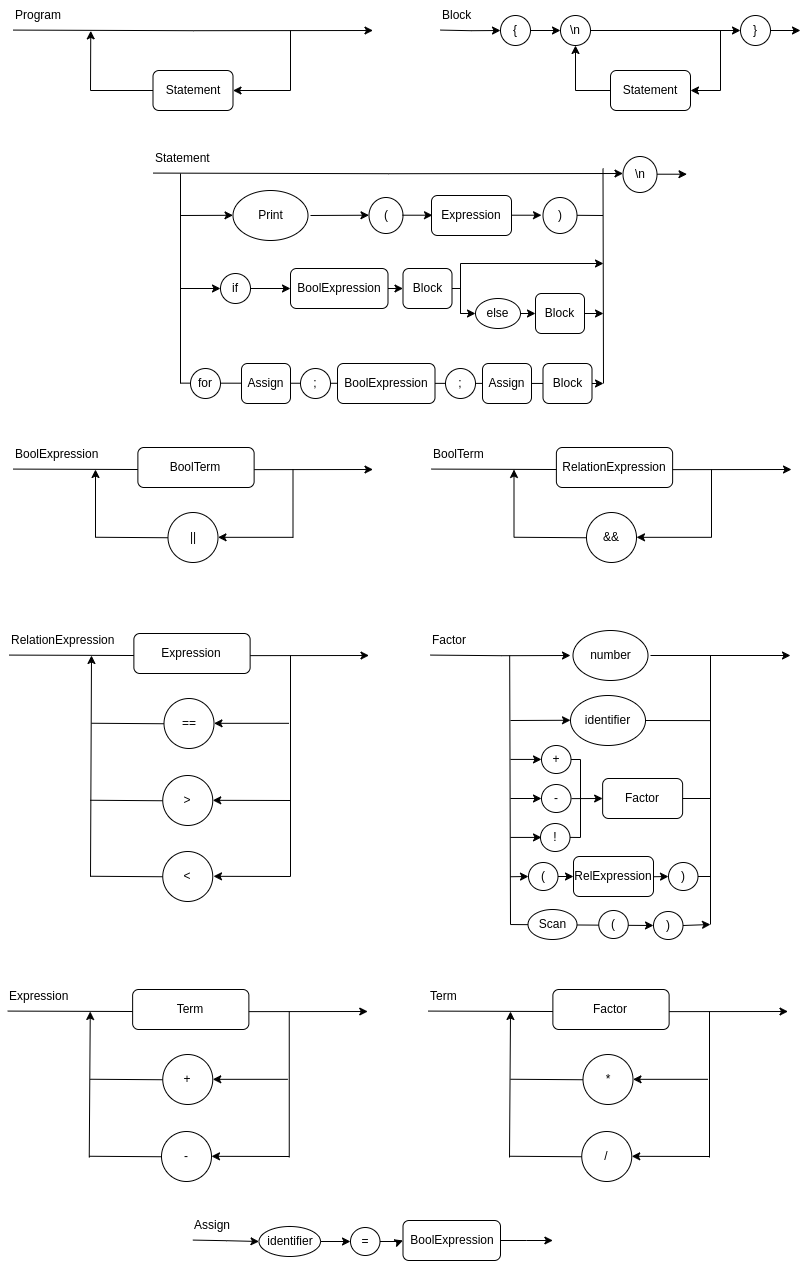
The draw.io diagram diagrama6.drawio.png in gabrielonishi/go-compiler, before a commit. Source tidied: cells renumbered, new cells last; positions are measured from the earlier drawing's top-left corner, leaving out a move shared by most shapes.
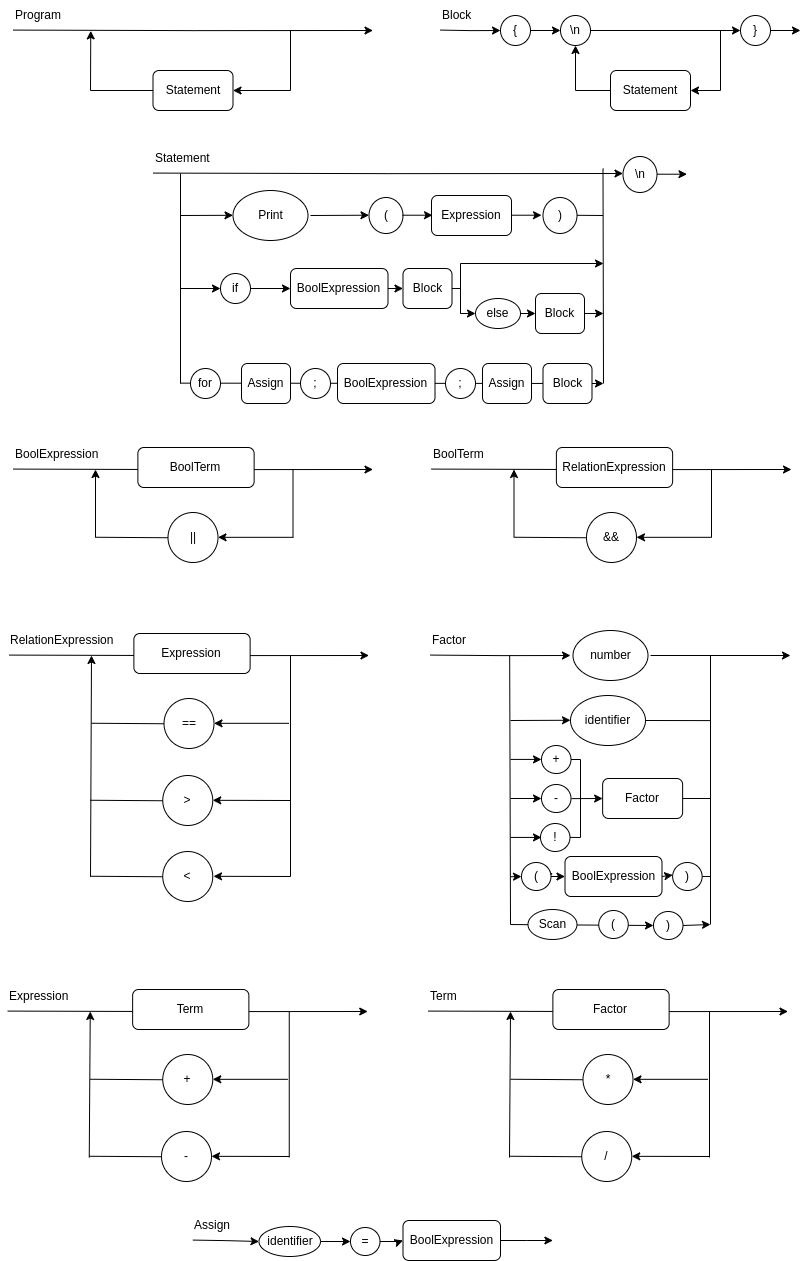
The same file after the commit.

Commit message:
Corrige problema no diagrama

The edit, as a diff of the source:
```diff
@@ -423,8 +423,8 @@
         <mxPoint x="596.5" y="875.8" as="targetPoint" />
       </mxGeometry>
     </mxCell>
-    <mxCell id="93" value="RelExpression" style="rounded=1;whiteSpace=wrap;html=1;" parent="1" vertex="1">
-      <mxGeometry x="566" y="856" width="80" height="40" as="geometry" />
+    <mxCell id="93" value="BoolExpression" style="rounded=1;whiteSpace=wrap;html=1;" parent="1" vertex="1">
+      <mxGeometry x="557.5" y="856" width="97" height="40" as="geometry" />
     </mxCell>
     <mxCell id="94" style="endArrow=classic;html=1;rounded=0;" parent="1" edge="1" target="95">
       <mxGeometry relative="1" as="geometry">
@@ -432,18 +432,16 @@
       </mxGeometry>
     </mxCell>
     <mxCell id="95" value="(" style="ellipse;whiteSpace=wrap;html=1;" parent="1" vertex="1">
-      <mxGeometry x="521" y="862" width="29.5" height="28" as="geometry" />
+      <mxGeometry x="514" y="862" width="29.5" height="28" as="geometry" />
     </mxCell>
     <mxCell id="96" style="endArrow=classic;html=1;rounded=0;exitX=1;exitY=0.5;exitDx=0;exitDy=0;entryX=0;entryY=0.5;entryDx=0;entryDy=0;" parent="1" edge="1" source="95" target="93">
       <mxGeometry relative="1" as="geometry" />
     </mxCell>
-    <mxCell id="97" style="endArrow=classic;html=1;rounded=0;" parent="1" edge="1" target="98">
-      <mxGeometry relative="1" as="geometry">
-        <mxPoint x="646" y="876.2" as="sourcePoint" />
-      </mxGeometry>
+    <mxCell id="97" style="endArrow=classic;html=1;rounded=0;exitX=1;exitY=0.5;exitDx=0;exitDy=0;" parent="1" edge="1" source="93" target="98">
+      <mxGeometry relative="1" as="geometry" />
     </mxCell>
     <mxCell id="98" value=")" style="ellipse;whiteSpace=wrap;html=1;" parent="1" vertex="1">
-      <mxGeometry x="661" y="862" width="29.5" height="28" as="geometry" />
+      <mxGeometry x="665.1" y="862" width="29.5" height="28" as="geometry" />
     </mxCell>
     <mxCell id="99" style="endArrow=none;html=1;rounded=0;entryX=1;entryY=0.5;entryDx=0;entryDy=0;" parent="1" edge="1" target="82">
       <mxGeometry relative="1" as="geometry">
```
